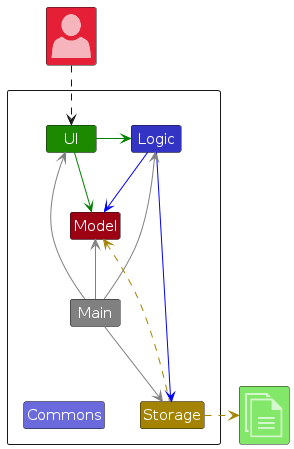
The PlantUML diagram diagrams/ArchitectureDiagram.png in AY2425S2-CS2103-F08-4/tp, before a commit. Its source is kept beside it as diagrams/ArchitectureDiagram.puml. Its diagram source:
```plantuml
@startuml
!include <office/Concepts/globe_internet>
!include <office/Concepts/documents>
!include <office/Users/user>
!include style.puml

Package " "<<Rectangle>>{
    Class UI UI_COLOR
    Class Logic LOGIC_COLOR
    Class Storage STORAGE_COLOR
    Class Model MODEL_COLOR
    Class Main #grey
    Class Commons LOGIC_COLOR_T2
}

Class "<$user>" as User MODEL_COLOR_T2
Class "<$documents>" as File UI_COLOR_T1


UI -[#green]> Logic
UI -right[#green]-> Model
Logic -[#blue]-> Storage
Logic -down[#blue]-> Model
Main -[#grey]-> UI
Main -[#grey]-> Logic
Main -[#grey]-> Storage
Main -up[#grey]-> Model
Main -down[hidden]-> Commons

Storage -up[STORAGE_COLOR].> Model
Storage .right[STORAGE_COLOR].>File
User ..> UI
@enduml
```
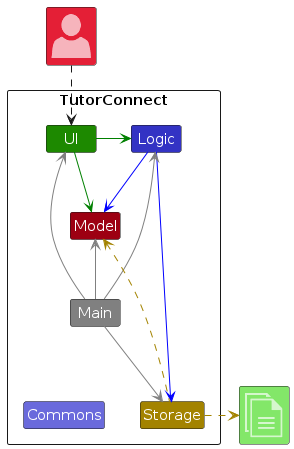
Later version of the same file.

Change to the diagram source:
```diff
@@ -4,7 +4,7 @@
 !include <office/Users/user>
 !include style.puml
 
-Package " "<<Rectangle>>{
+Package "TutorConnect"<<Rectangle>>{
     Class UI UI_COLOR
     Class Logic LOGIC_COLOR
     Class Storage STORAGE_COLOR
```
